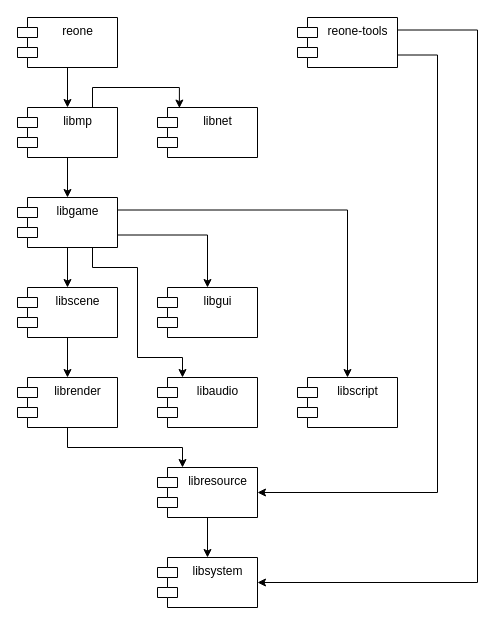
Before: doc/modules.drawio in seedhartha/reone, a draw.io diagram. Source tidied: cells renumbered, new cells numbered last; positions are measured from the earlier drawing's top-left corner, leaving out a move shared by most shapes. Both pictures are drawn from the tidied source at 100%, with x=0, y=0 at pixel (17, 17).
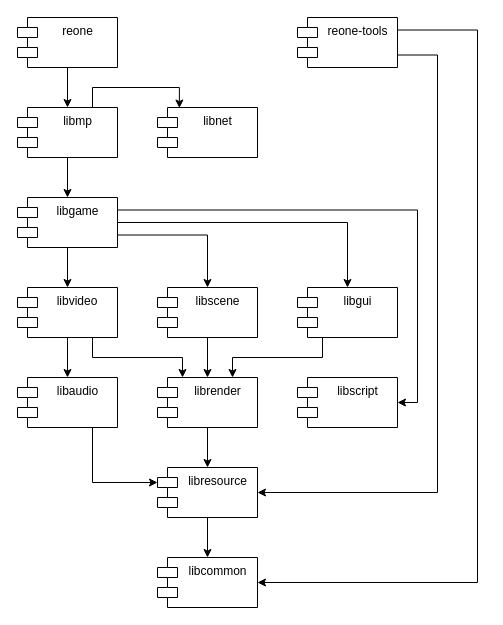
The same diagram, later.

Commit message:
doc: Update modules diagram

[ci skip]

The change refers to these unchanged cells:
```xml
<mxCell id="14" value="libgame" style="shape=module;align=center;spacingLeft=20;align=center;verticalAlign=top;html=1;labelPosition=center;verticalLabelPosition=middle;" parent="1" vertex="1">
  <mxGeometry y="180" width="100" height="50" as="geometry" />
</mxCell>
<mxCell id="21" value="libresource" style="shape=module;align=left;spacingLeft=20;align=center;verticalAlign=top;html=1;" parent="1" vertex="1">
  <mxGeometry x="140" y="450" width="100" height="50" as="geometry" />
</mxCell>
<mxCell id="25" value="libscript" style="shape=module;align=left;spacingLeft=20;align=center;verticalAlign=top;html=1;" parent="1" vertex="1">
  <mxGeometry x="280" y="360" width="100" height="50" as="geometry" />
</mxCell>
```

The edit, as a diff of the source:
```diff
@@
+    <mxCell id="26" style="edgeStyle=orthogonalEdgeStyle;rounded=0;jettySize=auto;html=1;exitX=0.5;exitY=1;exitDx=0;exitDy=0;entryX=0.5;entryY=0;entryDx=0;entryDy=0;" parent="1" edge="1" source="14" target="31">
+      <mxGeometry relative="1" as="geometry" />
+    </mxCell>
-    <mxCell id="10" style="edgeStyle=orthogonalEdgeStyle;rounded=0;jettySize=auto;html=1;exitX=0.5;exitY=1;exitDx=0;exitDy=0;entryX=0.5;entryY=0;entryDx=0;entryDy=0;" parent="1" edge="1" source="14" target="23">
+    <mxCell id="10" style="edgeStyle=orthogonalEdgeStyle;rounded=0;jettySize=auto;html=1;exitX=1;exitY=0.75;exitDx=0;exitDy=0;entryX=0.5;entryY=0;entryDx=0;entryDy=0;" parent="1" edge="1" source="14" target="23">
       <mxGeometry relative="1" as="geometry" />
     </mxCell>
-    <mxCell id="11" style="edgeStyle=orthogonalEdgeStyle;rounded=0;jettySize=auto;html=1;exitX=1;exitY=0.75;exitDx=0;exitDy=0;entryX=0.5;entryY=0;entryDx=0;entryDy=0;" parent="1" edge="1" source="14" target="24">
+    <mxCell id="11" style="edgeStyle=orthogonalEdgeStyle;rounded=0;jettySize=auto;html=1;exitX=1;exitY=0.5;exitDx=0;exitDy=0;entryX=0.5;entryY=0;entryDx=0;entryDy=0;" parent="1" edge="1" source="14" target="24">
       <mxGeometry relative="1" as="geometry" />
     </mxCell>
-    <mxCell id="12" style="edgeStyle=orthogonalEdgeStyle;rounded=0;jettySize=auto;html=1;exitX=1;exitY=0.25;exitDx=0;exitDy=0;entryX=0.5;entryY=0;entryDx=0;entryDy=0;" parent="1" edge="1" source="14" target="25">
+    <mxCell id="12" style="edgeStyle=orthogonalEdgeStyle;rounded=0;jettySize=auto;html=1;exitX=1;exitY=0.25;exitDx=0;exitDy=0;entryX=1;entryY=0.5;entryDx=0;entryDy=0;" parent="1" edge="1" source="14" target="25">
       <mxGeometry relative="1" as="geometry" />
     </mxCell>
-    <mxCell id="13" style="edgeStyle=orthogonalEdgeStyle;rounded=0;jettySize=auto;html=1;exitX=0.75;exitY=1;exitDx=0;exitDy=0;entryX=0.25;entryY=0;entryDx=0;entryDy=0;" parent="1" edge="1" source="14" target="17">
-      <mxGeometry relative="1" as="geometry">
-        <Array as="points">
-          <mxPoint x="75" y="250" />
-          <mxPoint x="120" y="250" />
-          <mxPoint x="120" y="340" />
-          <mxPoint x="165" y="340" />
-        </Array>
-      </mxGeometry>
-    </mxCell>
@@
-    <mxCell id="15" value="libsystem" style="shape=module;align=left;spacingLeft=20;align=center;verticalAlign=top;html=1;" parent="1" vertex="1">
+    <mxCell id="15" value="libcommon" style="shape=module;align=left;spacingLeft=20;align=center;verticalAlign=top;html=1;" parent="1" vertex="1">
       <mxGeometry x="140" y="540" width="100" height="50" as="geometry" />
     </mxCell>
@@
+    <mxCell id="27" style="edgeStyle=orthogonalEdgeStyle;rounded=0;jettySize=auto;html=1;exitX=0.75;exitY=1;exitDx=0;exitDy=0;entryX=0;entryY=0;entryDx=0;entryDy=15;entryPerimeter=0;" parent="1" edge="1" source="17" target="21">
+      <mxGeometry relative="1" as="geometry" />
+    </mxCell>
     <mxCell id="17" value="libaudio" style="shape=module;align=left;spacingLeft=20;align=center;verticalAlign=top;html=1;" parent="1" vertex="1">
-      <mxGeometry x="140" y="360" width="100" height="50" as="geometry" />
+      <mxGeometry y="360" width="100" height="50" as="geometry" />
     </mxCell>
-    <mxCell id="18" style="edgeStyle=orthogonalEdgeStyle;rounded=0;jettySize=auto;html=1;exitX=0.5;exitY=1;exitDx=0;exitDy=0;entryX=0.25;entryY=0;entryDx=0;entryDy=0;" parent="1" edge="1" source="19" target="21">
+    <mxCell id="18" style="edgeStyle=orthogonalEdgeStyle;rounded=0;jettySize=auto;html=1;exitX=0.5;exitY=1;exitDx=0;exitDy=0;entryX=0.5;entryY=0;entryDx=0;entryDy=0;" parent="1" edge="1" source="19" target="21">
       <mxGeometry relative="1" as="geometry" />
     </mxCell>
     <mxCell id="19" value="librender" style="shape=module;align=left;spacingLeft=20;align=center;verticalAlign=top;html=1;" parent="1" vertex="1">
-      <mxGeometry y="360" width="100" height="50" as="geometry" />
+      <mxGeometry x="140" y="360" width="100" height="50" as="geometry" />
     </mxCell>
@@
     <mxCell id="23" value="libscene" style="shape=module;align=left;spacingLeft=20;align=center;verticalAlign=top;html=1;" parent="1" vertex="1">
-      <mxGeometry y="270" width="100" height="50" as="geometry" />
+      <mxGeometry x="140" y="270" width="100" height="50" as="geometry" />
     </mxCell>
+    <mxCell id="28" style="edgeStyle=orthogonalEdgeStyle;rounded=0;jettySize=auto;html=1;exitX=0.25;exitY=1;exitDx=0;exitDy=0;entryX=0.75;entryY=0;entryDx=0;entryDy=0;" parent="1" edge="1" source="24" target="19">
+      <mxGeometry relative="1" as="geometry">
+        <Array as="points">
+          <mxPoint x="305" y="340" />
+          <mxPoint x="215" y="340" />
+        </Array>
+      </mxGeometry>
+    </mxCell>
     <mxCell id="24" value="libgui" style="shape=module;align=left;spacingLeft=20;align=center;verticalAlign=top;html=1;" parent="1" vertex="1">
-      <mxGeometry x="140" y="270" width="100" height="50" as="geometry" />
+      <mxGeometry x="280" y="270" width="100" height="50" as="geometry" />
     </mxCell>
@@
+    <mxCell id="29" style="edgeStyle=orthogonalEdgeStyle;rounded=0;jettySize=auto;html=1;exitX=0.5;exitY=1;exitDx=0;exitDy=0;entryX=0.5;entryY=0;entryDx=0;entryDy=0;" parent="1" edge="1" source="31" target="17">
+      <mxGeometry relative="1" as="geometry" />
+    </mxCell>
+    <mxCell id="30" style="edgeStyle=orthogonalEdgeStyle;rounded=0;jettySize=auto;html=1;entryX=0.25;entryY=0;entryDx=0;entryDy=0;exitX=0.75;exitY=1;exitDx=0;exitDy=0;" parent="1" edge="1" source="31" target="19">
+      <mxGeometry relative="1" as="geometry">
+        <Array as="points">
+          <mxPoint x="75" y="340" />
+          <mxPoint x="165" y="340" />
+        </Array>
+      </mxGeometry>
+    </mxCell>
+    <mxCell id="31" value="libvideo" style="shape=module;align=left;spacingLeft=20;align=center;verticalAlign=top;" parent="1" vertex="1">
+      <mxGeometry y="270" width="100" height="50" as="geometry" />
+    </mxCell>
```
